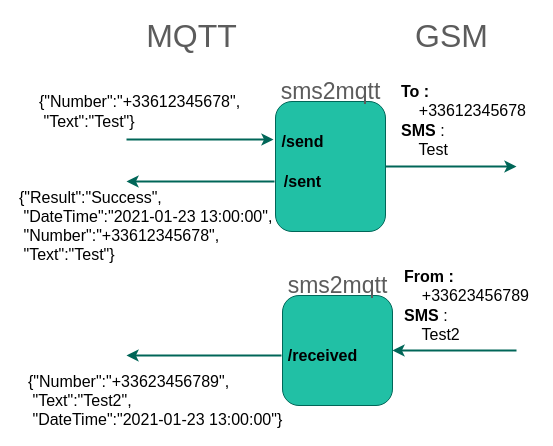
Above: sms2mqtt.drawio in Domochip/sms2mqtt (draw.io), before the change. Source tidied: cells renumbered, new cells numbered last; positions are measured from the earlier drawing's top-left corner, leaving out a move shared by most shapes. Both pictures are drawn from the tidied source at 100%, with x=0, y=0 at pixel (17, 21).
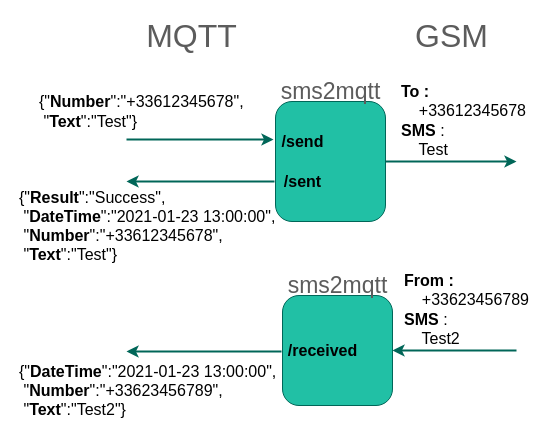
The same diagram, later.

Diff of the diagram source:
```diff
@@
     <mxCell id="2" style="edgeStyle=orthogonalEdgeStyle;jettySize=auto;html=1;exitX=1;exitY=0.5;exitDx=0;exitDy=0;strokeColor=#006658;fontColor=#5C5C5C;strokeWidth=2;" parent="1" edge="1" source="3">
       <mxGeometry relative="1" as="geometry">
-        <mxPoint x="499" y="145" as="targetPoint" />
+        <mxPoint x="499" y="140" as="targetPoint" />
       </mxGeometry>
     </mxCell>
     <mxCell id="3" style="whiteSpace=wrap;html=1;fillColor=#21C0A5;strokeColor=#006658;fontColor=#5C5C5C;rounded=1;" parent="1" vertex="1">
-      <mxGeometry x="258" y="80" width="110" height="130" as="geometry" />
+      <mxGeometry x="258" y="80" width="110" height="120" as="geometry" />
     </mxCell>
@@
-    <mxCell id="7" value="&lt;div style=&quot;font-size: 16px&quot;&gt;&lt;/div&gt;&lt;font style=&quot;font-size: 16px&quot; color=&quot;#000000&quot;&gt;{&quot;Number&quot;:&quot;+33612345678&quot;,&lt;/font&gt;&lt;div style=&quot;font-size: 16px&quot;&gt;&lt;font style=&quot;font-size: 16px&quot; color=&quot;#000000&quot;&gt;&lt;font style=&quot;font-size: 16px&quot;&gt;&amp;nbsp;&quot;Text&quot;:&quot;Test&quot;&lt;/font&gt;}&lt;/font&gt;&lt;/div&gt;" style="text;html=1;align=left;verticalAlign=middle;fillColor=none;strokeColor=none;fontColor=#5C5C5C;rounded=1;" parent="1" vertex="1">
+    <mxCell id="7" value="&lt;div style=&quot;font-size: 16px&quot;&gt;&lt;/div&gt;&lt;font style=&quot;font-size: 16px&quot; color=&quot;#000000&quot;&gt;{&quot;&lt;b&gt;Number&lt;/b&gt;&quot;:&quot;+33612345678&quot;,&lt;/font&gt;&lt;div style=&quot;font-size: 16px&quot;&gt;&lt;font style=&quot;font-size: 16px&quot; color=&quot;#000000&quot;&gt;&lt;font style=&quot;font-size: 16px&quot;&gt;&amp;nbsp;&quot;&lt;b&gt;Text&lt;/b&gt;&quot;:&quot;Test&quot;&lt;/font&gt;}&lt;/font&gt;&lt;/div&gt;" style="text;html=1;align=left;verticalAlign=middle;fillColor=none;strokeColor=none;fontColor=#5C5C5C;rounded=1;" parent="1" vertex="1">
       <mxGeometry x="20" y="75" width="220" height="30" as="geometry" />
     </mxCell>
@@
-    <mxCell id="9" value="&lt;div style=&quot;font-size: 16px&quot;&gt;&lt;span style=&quot;color: rgb(0 , 0 , 0)&quot;&gt;{&quot;Result&quot;:&quot;Success&quot;,&lt;/span&gt;&lt;br&gt;&lt;/div&gt;&lt;div style=&quot;font-size: 16px&quot;&gt;&lt;/div&gt;&lt;font style=&quot;font-size: 16px&quot; color=&quot;#000000&quot;&gt;&amp;nbsp;&quot;DateTime&quot;:&quot;2021-01-23 13:00:00&quot;,&lt;br&gt;&amp;nbsp;&quot;Number&quot;:&quot;+33612345678&quot;,&lt;br&gt;&lt;/font&gt;&lt;div style=&quot;font-size: 16px&quot;&gt;&lt;font style=&quot;font-size: 16px&quot; color=&quot;#000000&quot;&gt;&amp;nbsp;&quot;Text&quot;:&quot;Test&quot;}&lt;/font&gt;&lt;/div&gt;&lt;span style=&quot;font-size: 16px&quot;&gt;&lt;br&gt;&lt;/span&gt;" style="text;html=1;align=left;verticalAlign=middle;fillColor=none;strokeColor=none;fontColor=#5C5C5C;rounded=1;" parent="1" vertex="1">
+    <mxCell id="9" value="&lt;div style=&quot;font-size: 16px&quot;&gt;&lt;span style=&quot;color: rgb(0 , 0 , 0)&quot;&gt;{&quot;&lt;b&gt;Result&lt;/b&gt;&quot;:&quot;Success&quot;,&lt;/span&gt;&lt;br&gt;&lt;/div&gt;&lt;div style=&quot;font-size: 16px&quot;&gt;&lt;/div&gt;&lt;font style=&quot;font-size: 16px&quot; color=&quot;#000000&quot;&gt;&amp;nbsp;&quot;&lt;b&gt;DateTime&lt;/b&gt;&quot;:&quot;2021-01-23 13:00:00&quot;,&lt;br&gt;&amp;nbsp;&quot;&lt;b&gt;Number&lt;/b&gt;&quot;:&quot;+33612345678&quot;,&lt;br&gt;&lt;/font&gt;&lt;div style=&quot;font-size: 16px&quot;&gt;&lt;font style=&quot;font-size: 16px&quot; color=&quot;#000000&quot;&gt;&amp;nbsp;&quot;&lt;b&gt;Text&lt;/b&gt;&quot;:&quot;Test&quot;}&lt;/font&gt;&lt;/div&gt;&lt;span style=&quot;font-size: 16px&quot;&gt;&lt;br&gt;&lt;/span&gt;" style="text;html=1;align=left;verticalAlign=middle;fillColor=none;strokeColor=none;fontColor=#5C5C5C;rounded=1;" parent="1" vertex="1">
       <mxGeometry y="174" width="270" height="80" as="geometry" />
     </mxCell>
@@
     <mxCell id="13" value="&lt;div style=&quot;text-align: left ; font-size: 16px&quot;&gt;&lt;b&gt;&lt;font style=&quot;font-size: 16px&quot; color=&quot;#000000&quot;&gt;From :&amp;nbsp;&lt;/font&gt;&lt;/b&gt;&lt;/div&gt;&lt;div style=&quot;text-align: left ; font-size: 16px&quot;&gt;&lt;span&gt;&lt;font style=&quot;font-size: 16px&quot; color=&quot;#000000&quot;&gt;&amp;nbsp; &amp;nbsp; +33623456789&lt;/font&gt;&lt;/span&gt;&lt;/div&gt;&lt;div style=&quot;text-align: left ; font-size: 16px&quot;&gt;&lt;span&gt;&lt;font style=&quot;font-size: 16px&quot; color=&quot;#000000&quot;&gt;&lt;b&gt;SMS &lt;/b&gt;:&amp;nbsp;&lt;/font&gt;&lt;/span&gt;&lt;/div&gt;&lt;div style=&quot;text-align: left ; font-size: 16px&quot;&gt;&lt;font style=&quot;font-size: 16px&quot; color=&quot;#000000&quot;&gt;&amp;nbsp; &amp;nbsp; Test2&lt;/font&gt;&lt;/div&gt;" style="text;html=1;align=center;verticalAlign=middle;fillColor=none;strokeColor=none;fontColor=#5C5C5C;rounded=1;" parent="1" vertex="1">
-      <mxGeometry x="379" y="254" width="140" height="60" as="geometry" />
+      <mxGeometry x="379" y="258" width="140" height="60" as="geometry" />
     </mxCell>
-    <mxCell id="14" value="&lt;div style=&quot;font-size: 16px&quot;&gt;&lt;/div&gt;&lt;font style=&quot;font-size: 16px&quot; color=&quot;#000000&quot;&gt;{&quot;Number&quot;:&quot;+33623456789&quot;,&lt;/font&gt;&lt;div style=&quot;font-size: 16px&quot;&gt;&lt;font style=&quot;font-size: 16px&quot; color=&quot;#000000&quot;&gt;&amp;nbsp;&quot;Text&quot;:&quot;Test2&quot;,&lt;/font&gt;&lt;/div&gt;&lt;div style=&quot;font-size: 16px&quot;&gt;&lt;font style=&quot;font-size: 16px&quot; color=&quot;#000000&quot;&gt;&lt;font style=&quot;font-size: 16px&quot;&gt;&amp;nbsp;&quot;DateTime&quot;:&quot;2021-01-23 13:00:00&quot;&lt;/font&gt;}&lt;/font&gt;&lt;/div&gt;" style="text;html=1;align=left;verticalAlign=middle;fillColor=none;strokeColor=none;fontColor=#5C5C5C;rounded=1;" parent="1" vertex="1">
-      <mxGeometry x="9" y="354" width="270" height="50" as="geometry" />
+    <mxCell id="14" value="&lt;div style=&quot;font-size: 16px&quot;&gt;&lt;/div&gt;&lt;font style=&quot;font-size: 16px&quot; color=&quot;#000000&quot;&gt;{&lt;/font&gt;&lt;span style=&quot;color: rgb(0 , 0 , 0) ; font-size: 16px&quot;&gt;&quot;&lt;/span&gt;&lt;b style=&quot;color: rgb(0 , 0 , 0) ; font-size: 16px&quot;&gt;DateTime&lt;/b&gt;&lt;span style=&quot;color: rgb(0 , 0 , 0) ; font-size: 16px&quot;&gt;&quot;:&quot;2021-01-23 13:00:00&quot;,&lt;/span&gt;&lt;font style=&quot;font-size: 16px&quot; color=&quot;#000000&quot;&gt;&lt;br&gt;&amp;nbsp;&quot;&lt;b&gt;Number&lt;/b&gt;&quot;:&quot;+33623456789&quot;,&lt;/font&gt;&lt;div style=&quot;font-size: 16px&quot;&gt;&lt;font style=&quot;font-size: 16px&quot; color=&quot;#000000&quot;&gt;&amp;nbsp;&quot;&lt;b&gt;Text&lt;/b&gt;&quot;:&quot;Test2&quot;&lt;/font&gt;&lt;span style=&quot;color: rgb(0 , 0 , 0)&quot;&gt;}&lt;/span&gt;&lt;/div&gt;" style="text;html=1;align=left;verticalAlign=middle;fillColor=none;strokeColor=none;fontColor=#5C5C5C;rounded=1;" parent="1" vertex="1">
+      <mxGeometry y="344" width="270" height="50" as="geometry" />
     </mxCell>
     <mxCell id="15" style="endArrow=classic;html=1;strokeColor=#006658;fontColor=#5C5C5C;strokeWidth=2;" parent="1" edge="1">
       <mxGeometry relative="1" as="geometry">
-        <mxPoint x="264" y="334" as="sourcePoint" />
-        <mxPoint x="109" y="334" as="targetPoint" />
+        <mxPoint x="264" y="330" as="sourcePoint" />
+        <mxPoint x="109" y="330" as="targetPoint" />
       </mxGeometry>
     </mxCell>
@@
     <mxCell id="18" value="&lt;b&gt;&lt;font style=&quot;font-size: 16px&quot;&gt;/received&lt;/font&gt;&lt;/b&gt;" style="text;html=1;align=center;verticalAlign=middle;fillColor=none;strokeColor=none;rounded=0;" parent="1" vertex="1">
-      <mxGeometry x="265" y="324" width="80" height="20" as="geometry" />
+      <mxGeometry x="265" y="319" width="80" height="20" as="geometry" />
     </mxCell>
```
